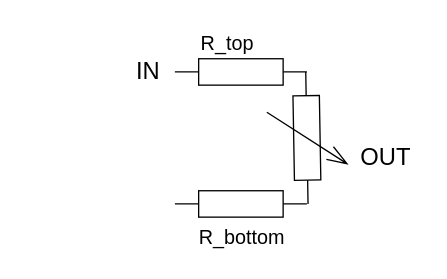
This is original_assets/pot-bias-calculator.drawio from aweijnitz/synth-calculators, a draw.io file, before an edit. Source tidied: cells renumbered, new cells numbered last; positions are measured from the earlier drawing's top-left corner, leaving out a move shared by most shapes. Both pictures are drawn from the tidied source at 132%, with x=0, y=0 at pixel (108, 22).
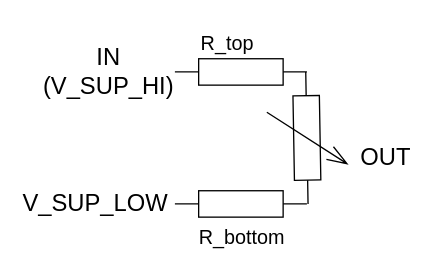
Above is the later version.

Change to the diagram source:
```diff
@@
 <mxGraphModel>
   <root>
     <mxCell id="0" />
     <mxCell id="1" parent="0" />
     <mxCell id="2" style="verticalLabelPosition=bottom;shadow=0;dashed=0;align=center;html=1;verticalAlign=top;shape=mxgraph.electrical.resistors.resistor_1;" parent="1" vertex="1">
       <mxGeometry x="50" y="27" width="100" height="20" as="geometry" />
     </mxCell>
     <mxCell id="3" style="verticalLabelPosition=bottom;shadow=0;dashed=0;align=center;html=1;verticalAlign=top;shape=mxgraph.electrical.resistors.resistor_1;" parent="1" vertex="1">
       <mxGeometry x="50" y="127" width="100" height="20" as="geometry" />
     </mxCell>
     <mxCell id="4" style="verticalLabelPosition=bottom;shadow=0;dashed=0;align=center;html=1;verticalAlign=top;shape=mxgraph.electrical.resistors.variable_resistor_1;rotation=89;" parent="1" vertex="1">
       <mxGeometry x="100" y="57" width="100" height="60" as="geometry" />
     </mxCell>
-    <mxCell id="5" value="&lt;font style=&quot;font-size: 18px;&quot;&gt;IN&lt;/font&gt;" style="text;html=1;align=center;verticalAlign=middle;whiteSpace=wrap;rounded=0;" parent="1" vertex="1">
-      <mxGeometry y="22" width="60" height="30" as="geometry" />
+    <mxCell id="5" value="&lt;span style=&quot;font-size: 18px;&quot;&gt;IN (V_SUP_HI)&lt;/span&gt;" style="text;html=1;align=center;verticalAlign=middle;whiteSpace=wrap;rounded=0;" parent="1" vertex="1">
+      <mxGeometry x="-30" y="22" width="60" height="30" as="geometry" />
     </mxCell>
     <mxCell id="6" value="&lt;font style=&quot;font-size: 18px;&quot;&gt;OUT&lt;/font&gt;" style="text;html=1;align=center;verticalAlign=middle;whiteSpace=wrap;rounded=0;" parent="1" vertex="1">
       <mxGeometry x="180" y="87" width="60" height="30" as="geometry" />
     </mxCell>
     <mxCell id="7" value="&lt;font style=&quot;font-size: 15px;&quot;&gt;R_top&lt;/font&gt;" style="text;html=1;align=center;verticalAlign=middle;whiteSpace=wrap;rounded=0;" parent="1" vertex="1">
       <mxGeometry x="60" width="60" height="30" as="geometry" />
     </mxCell>
     <mxCell id="8" value="&lt;font style=&quot;font-size: 15px;&quot;&gt;R_bottom&lt;/font&gt;" style="text;html=1;align=center;verticalAlign=middle;whiteSpace=wrap;rounded=0;" parent="1" vertex="1">
       <mxGeometry x="71" y="147" width="60" height="30" as="geometry" />
     </mxCell>
+    <mxCell id="9" value="&lt;span style=&quot;font-size: 18px;&quot;&gt;V_SUP_LOW&lt;/span&gt;" style="text;html=1;align=center;verticalAlign=middle;whiteSpace=wrap;rounded=0;" parent="1" vertex="1">
+      <mxGeometry x="-40" y="122" width="60" height="30" as="geometry" />
+    </mxCell>
   </root>
 </mxGraphModel>
```
